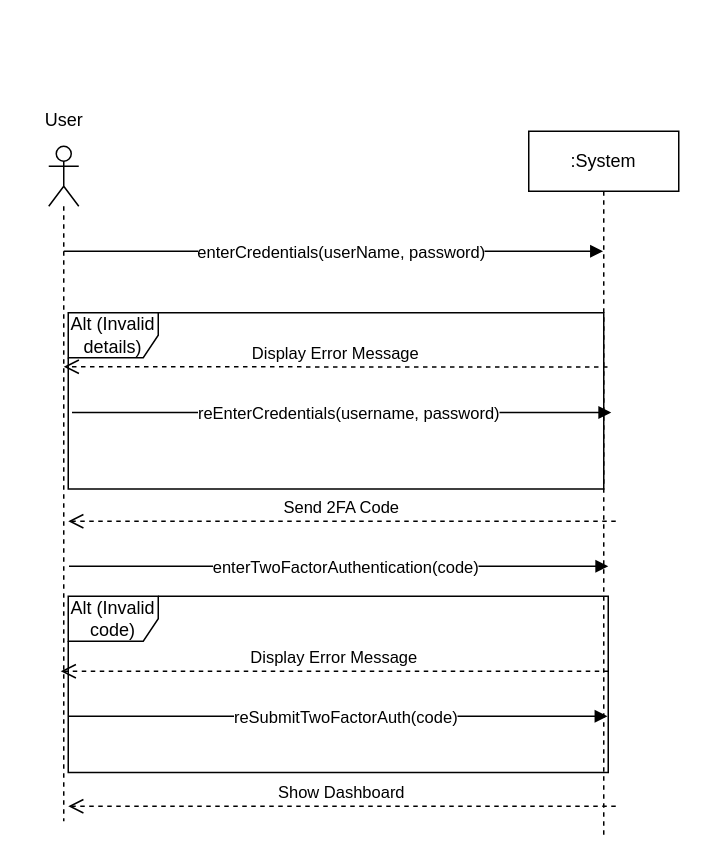
Before: page "Log In" (2 of 15) of SmartFin Systems Sequence Diagram.drawio in FavioJasso/CMP-280, a draw.io diagram. Source tidied: cells renumbered, new cells numbered last; positions are measured from the earlier drawing's top-left corner, leaving out a move shared by most shapes. Both pictures are drawn from the tidied source at 150%, with x=0, y=0 at pixel (26, 98).
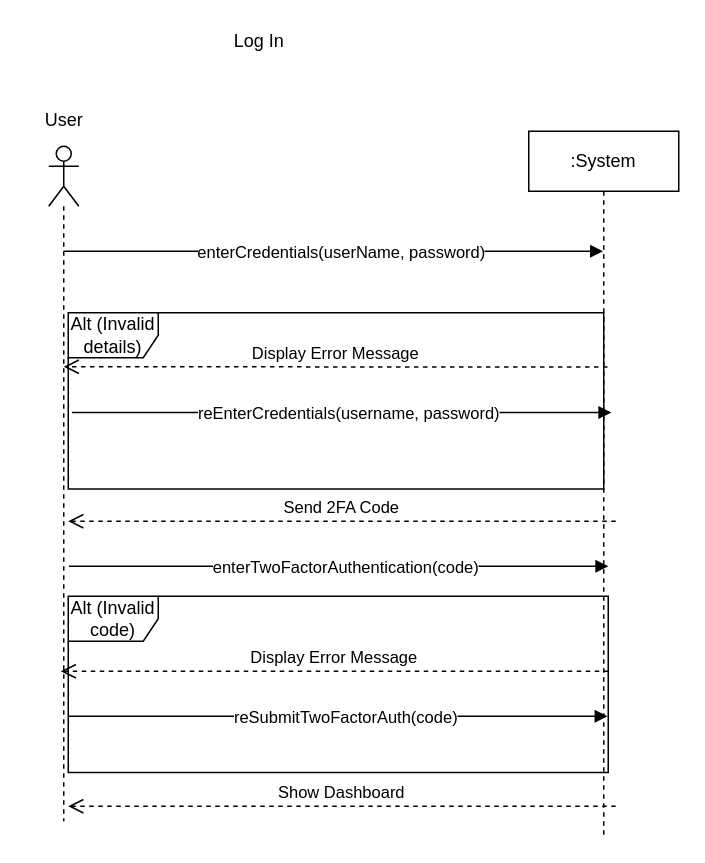
After the change.

The edit, as a diff of the source:
```diff
@@
+    <mxCell id="19" value="Log In" style="text;html=1;align=center;verticalAlign=middle;strokeColor=none;fillColor=none;" parent="1" vertex="1">
+      <mxGeometry x="130" y="-48" width="50" height="20" as="geometry" />
+    </mxCell>
```
